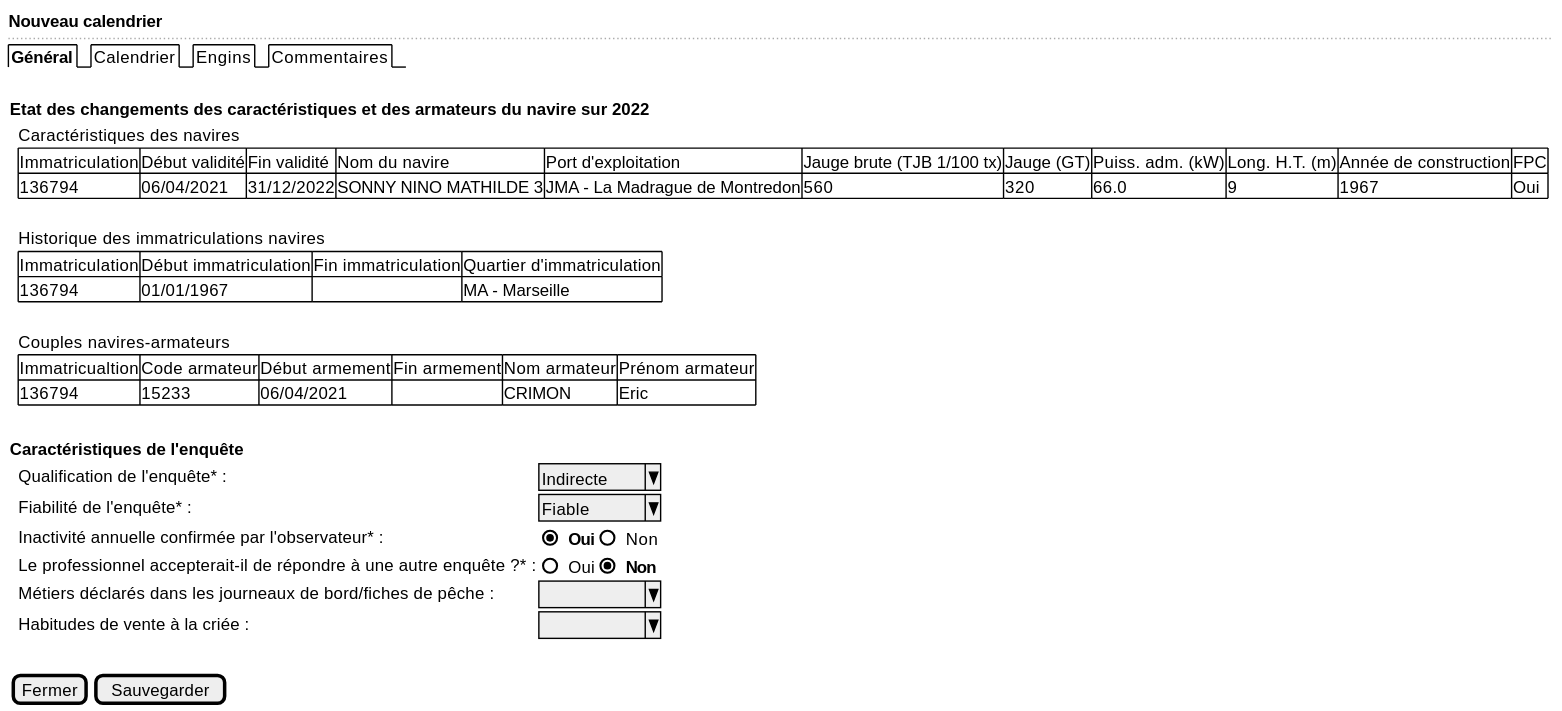
Earlier version of the PlantUML export projects/activity-calendar/spe/images/activity-calendar-new-general.svg (sumaris-net/sumaris-doc). Its diagram source:
```plantuml
@startsalt
{
  <b>Nouveau calendrier
  ..
  {/ <b>Général | Calendrier | Engins | Commentaires }
  .

  {
  <b>Etat des changements des caractéristiques et des armateurs du navire sur 2022
    {
    . | Caractéristiques des navires
    . | {# Immatriculation | Début validité | Fin validité | Nom du navire | Port d'exploitation | Jauge brute (TJB 1/100 tx) | Jauge (GT) | Puiss. adm. (kW) | Long. H.T. (m) | Année de construction | FPC
       136794 | 06/04/2021 | 31/12/2022 | SONNY NINO MATHILDE 3 | JMA - La Madrague de Montredon | 560 | 320 | 66.0 | 9 | 1967 | Oui}
    .

    . | Historique des immatriculations navires
    . | {# Immatriculation | Début immatriculation | Fin immatriculation | Quartier d'immatriculation
       136794 | 01/01/1967 | . | MA - Marseille}
    .

    . | Couples navires-armateurs
    . | {# Immatricualtion | Code armateur | Début armement | Fin armement | Nom armateur | Prénom armateur
       136794 | 15233 | 06/04/2021 | . | CRIMON | Eric}
    }
  }
  .

  {
  <b>Caractéristiques de l'enquête
     {
     . | Qualification de l'enquête* : | ^Indirecte^
     . | Fiabilité de l'enquête* : | ^Fiable   ^
     . | Inactivité annuelle confirmée par l'observateur* : | { (X) <b>Oui | () Non }
     . | Le professionnel accepterait-il de répondre à une autre enquête ?* : | { () Oui | (X) <b>Non }
     . | Métiers déclarés dans les journeaux de bord/fiches de pêche : | ^         ^
     . | Habitudes de vente à la criée : | ^         ^
     }
  }
  .

  { [Fermer] | [Sauvegarder] }
}
@endsalt
```
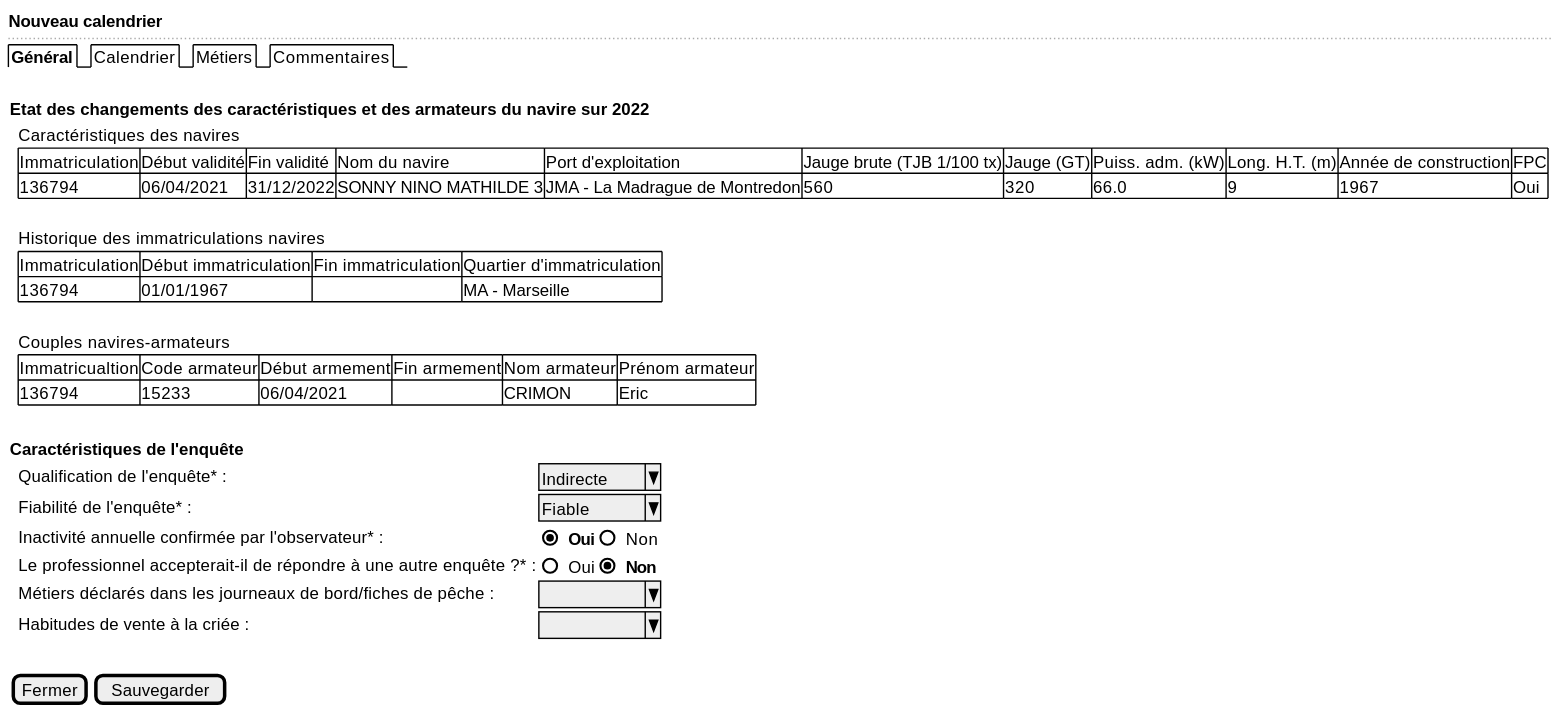
Above is the later version.

What changed in the source:
```diff
@@ -2,7 +2,7 @@
 {
   <b>Nouveau calendrier
   ..
-  {/ <b>Général | Calendrier | Engins | Commentaires }
+  {/ <b>Général | Calendrier | Métiers | Commentaires }
   .
 
   {
```
